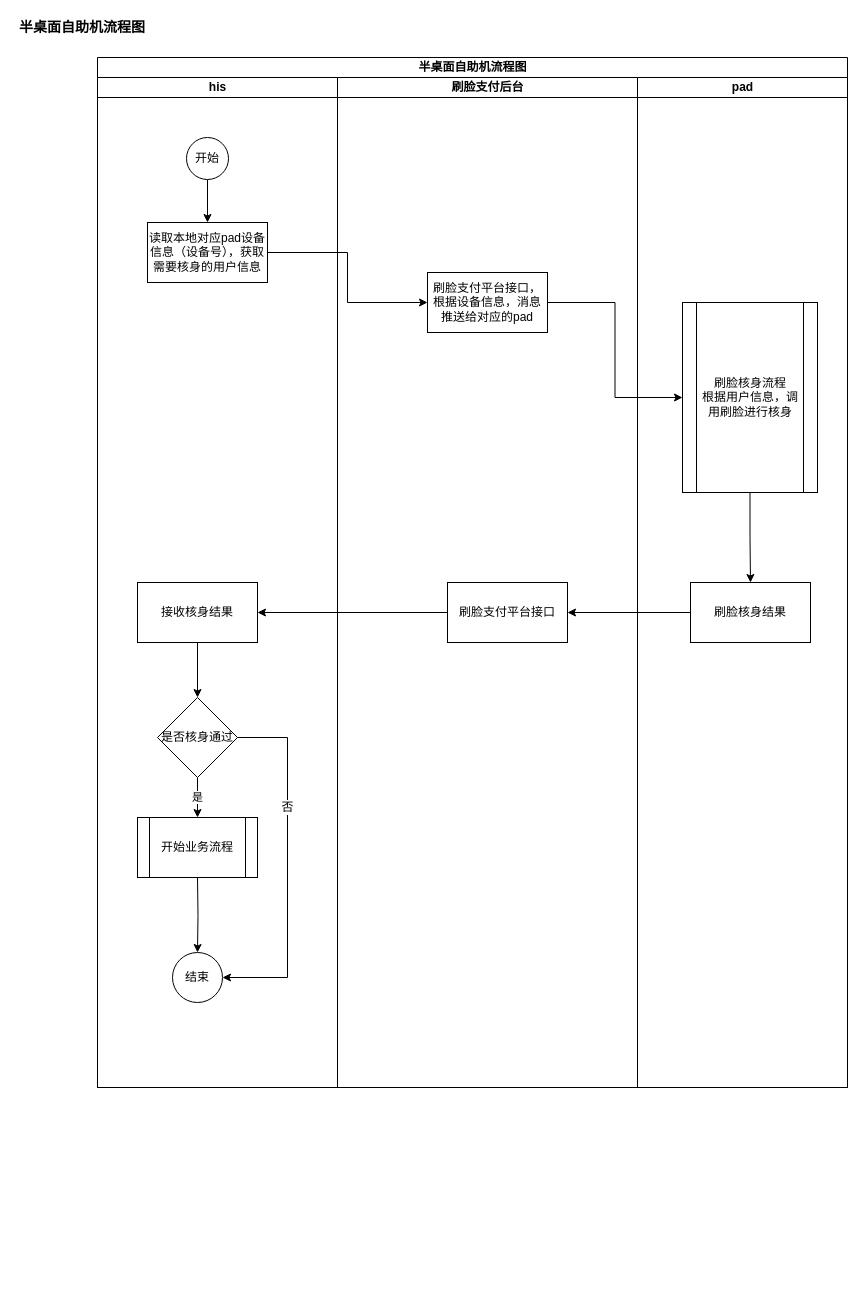
zhangwenhuad/visio keeps this draw.io diagram as zdpt/桌面自助机流程图.drawio. Above is the earlier version. Source tidied: cells renumbered, new cells numbered last; positions are measured from the earlier drawing's top-left corner, leaving out a move shared by most shapes. Both pictures are drawn from the tidied source at 100%, with x=0, y=0 at pixel (17, 17).
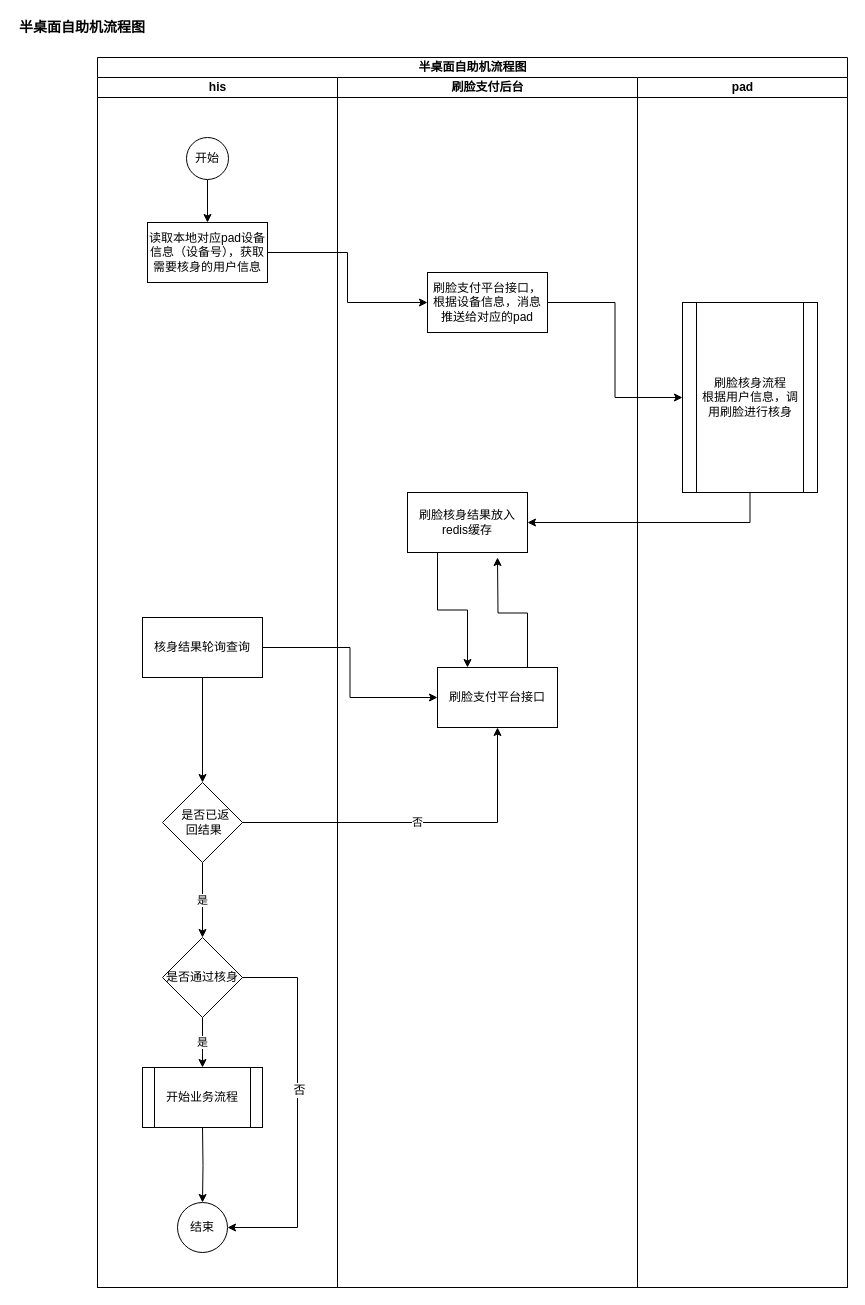
Above is the later version.

Commit message:
更新桌面自助机流程图.drawio

The change refers to these unchanged cells:
```xml
<mxCell id="21" value="刷脸核身流程&lt;br&gt;根据用户信息，调用刷脸进行核身" style="shape=process;whiteSpace=wrap;html=1;backgroundOutline=1;" parent="19" vertex="1">
  <mxGeometry x="45" y="225" width="135" height="190" as="geometry" />
</mxCell>
```

Diff of the diagram source:
```diff
@@
     <mxCell id="2" value="半桌面自助机流程图" style="swimlane;html=1;startSize=20;" parent="1" vertex="1">
-      <mxGeometry x="80" y="40" width="750" height="1030" as="geometry" />
+      <mxGeometry x="80" y="40" width="750" height="1230" as="geometry" />
     </mxCell>
     <mxCell id="3" value="his" style="swimlane;html=1;startSize=20;" parent="2" vertex="1">
-      <mxGeometry y="20" width="240" height="1010" as="geometry" />
+      <mxGeometry y="20" width="240" height="1210" as="geometry" />
     </mxCell>
@@
-    <mxCell id="8" value="接收核身结果" style="rounded=0;whiteSpace=wrap;html=1;" parent="3" vertex="1">
-      <mxGeometry x="40" y="505" width="120" height="60" as="geometry" />
+    <mxCell id="8" value="核身结果轮询查询" style="rounded=0;whiteSpace=wrap;html=1;" parent="3" vertex="1">
+      <mxGeometry x="45" y="540" width="120" height="60" as="geometry" />
     </mxCell>
-    <mxCell id="9" value="是" style="edgeStyle=orthogonalEdgeStyle;rounded=0;jettySize=auto;html=1;entryX=0.5;entryY=0;entryDx=0;entryDy=0;" parent="3" edge="1" source="12">
-      <mxGeometry relative="1" as="geometry">
-        <mxPoint x="100" y="740" as="targetPoint" />
-      </mxGeometry>
+    <mxCell id="9" value="是" style="edgeStyle=orthogonalEdgeStyle;rounded=0;jettySize=auto;html=1;entryX=0.5;entryY=0;entryDx=0;entryDy=0;" parent="3" edge="1" source="12" target="30">
+      <mxGeometry relative="1" as="geometry" />
     </mxCell>
-    <mxCell id="10" style="edgeStyle=orthogonalEdgeStyle;rounded=0;jettySize=auto;html=1;exitX=1;exitY=0.5;exitDx=0;exitDy=0;entryX=1;entryY=0.5;entryDx=0;entryDy=0;" parent="3" edge="1" source="12" target="14">
-      <mxGeometry relative="1" as="geometry">
-        <Array as="points">
-          <mxPoint x="190" y="660" />
-          <mxPoint x="190" y="900" />
-        </Array>
-      </mxGeometry>
-    </mxCell>
-    <mxCell id="11" value="否" style="text;html=1;align=center;verticalAlign=middle;labelBackgroundColor=#ffffff;" parent="10" vertex="1">
-      <mxGeometry x="-0.33" y="-1" relative="1" as="geometry" />
-    </mxCell>
-    <mxCell id="12" value="是否核身通过" style="rhombus;whiteSpace=wrap;html=1;" parent="3" vertex="1">
-      <mxGeometry x="60" y="620" width="80" height="80" as="geometry" />
+    <mxCell id="12" value="&amp;nbsp; &amp;nbsp;是否已返&amp;nbsp; &amp;nbsp;回结果" style="rhombus;whiteSpace=wrap;html=1;" parent="3" vertex="1">
+      <mxGeometry x="65" y="705" width="80" height="80" as="geometry" />
     </mxCell>
     <mxCell id="13" style="edgeStyle=orthogonalEdgeStyle;rounded=0;jettySize=auto;html=1;exitX=0.5;exitY=1;exitDx=0;exitDy=0;entryX=0.5;entryY=0;entryDx=0;entryDy=0;" parent="3" edge="1" target="14">
       <mxGeometry relative="1" as="geometry">
-        <mxPoint x="100" y="800" as="sourcePoint" />
+        <mxPoint x="105" y="1050" as="sourcePoint" />
       </mxGeometry>
     </mxCell>
     <mxCell id="14" value="结束" style="ellipse;whiteSpace=wrap;html=1;" parent="3" vertex="1">
-      <mxGeometry x="75" y="875" width="50" height="50" as="geometry" />
+      <mxGeometry x="80" y="1125" width="50" height="50" as="geometry" />
     </mxCell>
     <mxCell id="15" value="开始业务流程" style="shape=process;whiteSpace=wrap;html=1;backgroundOutline=1;" parent="3" vertex="1">
-      <mxGeometry x="40" y="740" width="120" height="60" as="geometry" />
+      <mxGeometry x="45" y="990" width="120" height="60" as="geometry" />
     </mxCell>
+    <mxCell id="28" value="是" style="edgeStyle=orthogonalEdgeStyle;rounded=0;jettySize=auto;html=1;" parent="3" edge="1" source="30" target="15">
+      <mxGeometry relative="1" as="geometry" />
+    </mxCell>
+    <mxCell id="29" style="edgeStyle=orthogonalEdgeStyle;rounded=0;jettySize=auto;html=1;exitX=1;exitY=0.5;exitDx=0;exitDy=0;entryX=1;entryY=0.5;entryDx=0;entryDy=0;" parent="3" edge="1" source="30" target="14">
+      <mxGeometry relative="1" as="geometry">
+        <Array as="points">
+          <mxPoint x="200" y="900" />
+          <mxPoint x="200" y="1150" />
+        </Array>
+      </mxGeometry>
+    </mxCell>
+    <mxCell id="11" value="否" style="text;html=1;align=center;verticalAlign=middle;labelBackgroundColor=#ffffff;" parent="29" vertex="1">
+      <mxGeometry x="-0.11" y="1" relative="1" as="geometry" />
+    </mxCell>
+    <mxCell id="30" value="是否通过核身" style="rhombus;whiteSpace=wrap;html=1;" parent="3" vertex="1">
+      <mxGeometry x="65" y="860" width="80" height="80" as="geometry" />
+    </mxCell>
     <mxCell id="16" value="刷脸支付后台" style="swimlane;html=1;startSize=20;" parent="2" vertex="1">
-      <mxGeometry x="240" y="20" width="300" height="1010" as="geometry" />
+      <mxGeometry x="240" y="20" width="300" height="1210" as="geometry" />
     </mxCell>
@@
     <mxCell id="18" value="刷脸支付平台接口" style="rounded=0;whiteSpace=wrap;html=1;" parent="16" vertex="1">
-      <mxGeometry x="110" y="505" width="120" height="60" as="geometry" />
+      <mxGeometry x="100" y="590" width="120" height="60" as="geometry" />
     </mxCell>
+    <mxCell id="25" style="edgeStyle=orthogonalEdgeStyle;rounded=0;jettySize=auto;html=1;exitX=0.25;exitY=1;exitDx=0;exitDy=0;entryX=0.25;entryY=0;entryDx=0;entryDy=0;" parent="16" edge="1" source="22" target="18">
+      <mxGeometry relative="1" as="geometry" />
+    </mxCell>
+    <mxCell id="22" value="刷脸核身结果放入redis缓存" style="rounded=0;whiteSpace=wrap;html=1;" parent="16" vertex="1">
+      <mxGeometry x="70" y="415" width="120" height="60" as="geometry" />
+    </mxCell>
     <mxCell id="19" value="pad" style="swimlane;html=1;startSize=20;" parent="2" vertex="1">
-      <mxGeometry x="540" y="20" width="210" height="1010" as="geometry" />
+      <mxGeometry x="540" y="20" width="210" height="1210" as="geometry" />
     </mxCell>
-    <mxCell id="20" style="edgeStyle=orthogonalEdgeStyle;rounded=0;jettySize=auto;html=1;" parent="19" edge="1" source="21" target="22">
-      <mxGeometry relative="1" as="geometry" />
-    </mxCell>
@@
-    <mxCell id="22" value="刷脸核身结果" style="rounded=0;whiteSpace=wrap;html=1;" parent="19" vertex="1">
-      <mxGeometry x="53" y="505" width="120" height="60" as="geometry" />
-    </mxCell>
@@
-    <mxCell id="25" style="edgeStyle=orthogonalEdgeStyle;rounded=0;jettySize=auto;html=1;" parent="2" edge="1" source="22" target="18">
-      <mxGeometry relative="1" as="geometry" />
-    </mxCell>
-    <mxCell id="26" style="edgeStyle=orthogonalEdgeStyle;rounded=0;jettySize=auto;html=1;entryX=1;entryY=0.5;entryDx=0;entryDy=0;" parent="2" edge="1" source="18" target="8">
-      <mxGeometry relative="1" as="geometry" />
-    </mxCell>
+    <mxCell id="31" style="edgeStyle=orthogonalEdgeStyle;rounded=0;jettySize=auto;html=1;exitX=1;exitY=0.5;exitDx=0;exitDy=0;entryX=0;entryY=0.5;entryDx=0;entryDy=0;" parent="2" edge="1" source="8" target="18">
+      <mxGeometry relative="1" as="geometry" />
+    </mxCell>
+    <mxCell id="20" style="edgeStyle=orthogonalEdgeStyle;rounded=0;jettySize=auto;html=1;" parent="2" edge="1" source="21" target="22">
+      <mxGeometry relative="1" as="geometry">
+        <Array as="points">
+          <mxPoint x="653" y="465" />
+        </Array>
+      </mxGeometry>
+    </mxCell>
+    <mxCell id="32" value="否" style="edgeStyle=orthogonalEdgeStyle;rounded=0;jettySize=auto;html=1;exitX=1;exitY=0.5;exitDx=0;exitDy=0;entryX=0.5;entryY=1;entryDx=0;entryDy=0;" parent="2" edge="1" source="12" target="18">
+      <mxGeometry relative="1" as="geometry" />
+    </mxCell>
@@
+    <mxCell id="33" style="edgeStyle=orthogonalEdgeStyle;rounded=0;jettySize=auto;html=1;exitX=0.75;exitY=0;exitDx=0;exitDy=0;" parent="1" edge="1" source="18">
+      <mxGeometry relative="1" as="geometry">
+        <mxPoint x="480" y="540" as="targetPoint" />
+      </mxGeometry>
+    </mxCell>
```
